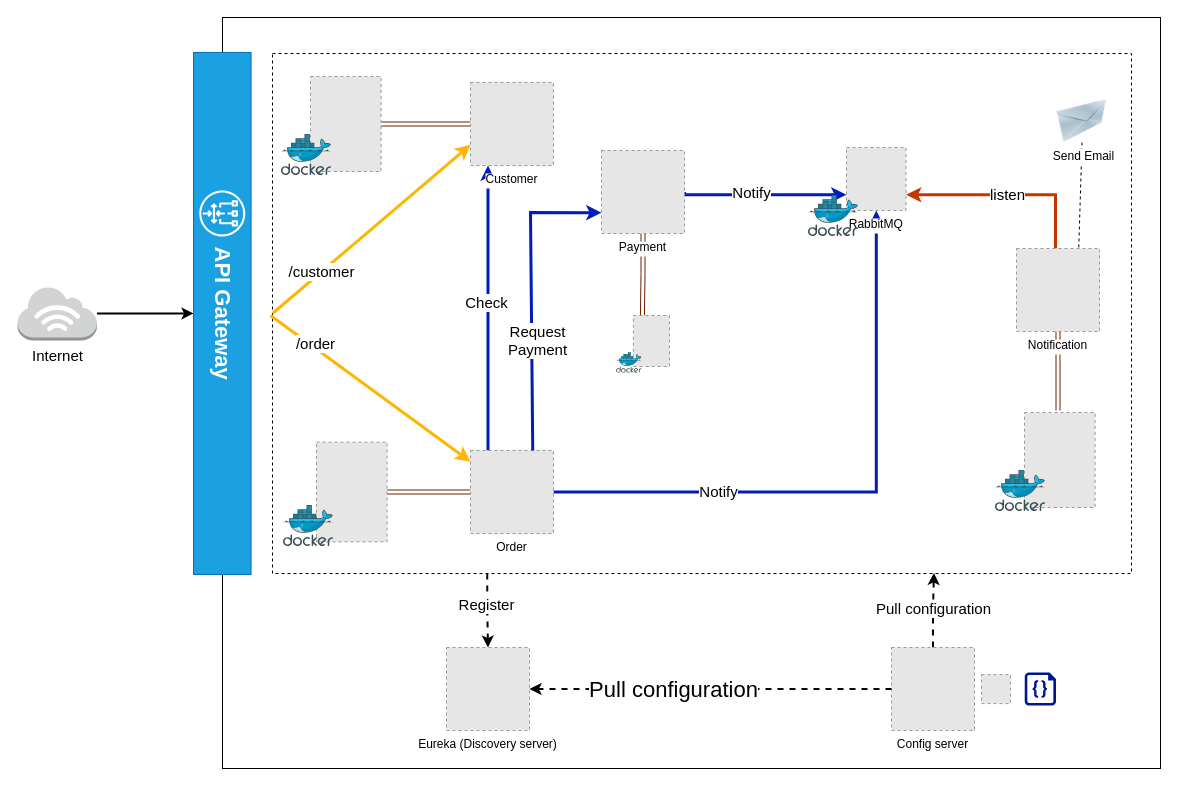
ali-bouali/microservices-full-code keeps this draw.io diagram as page "Page-1" (1 of 3) of diagrams/micro-services.drawio. Above is the earlier version. Source tidied: cells renumbered, new cells numbered last; positions are measured from the earlier drawing's top-left corner, leaving out a move shared by most shapes. Both pictures are drawn from the tidied source at 100%, with x=0, y=0 at pixel (-39, 17). Pictures stored in the file or linked from it are replaced by grey dashed boxes.
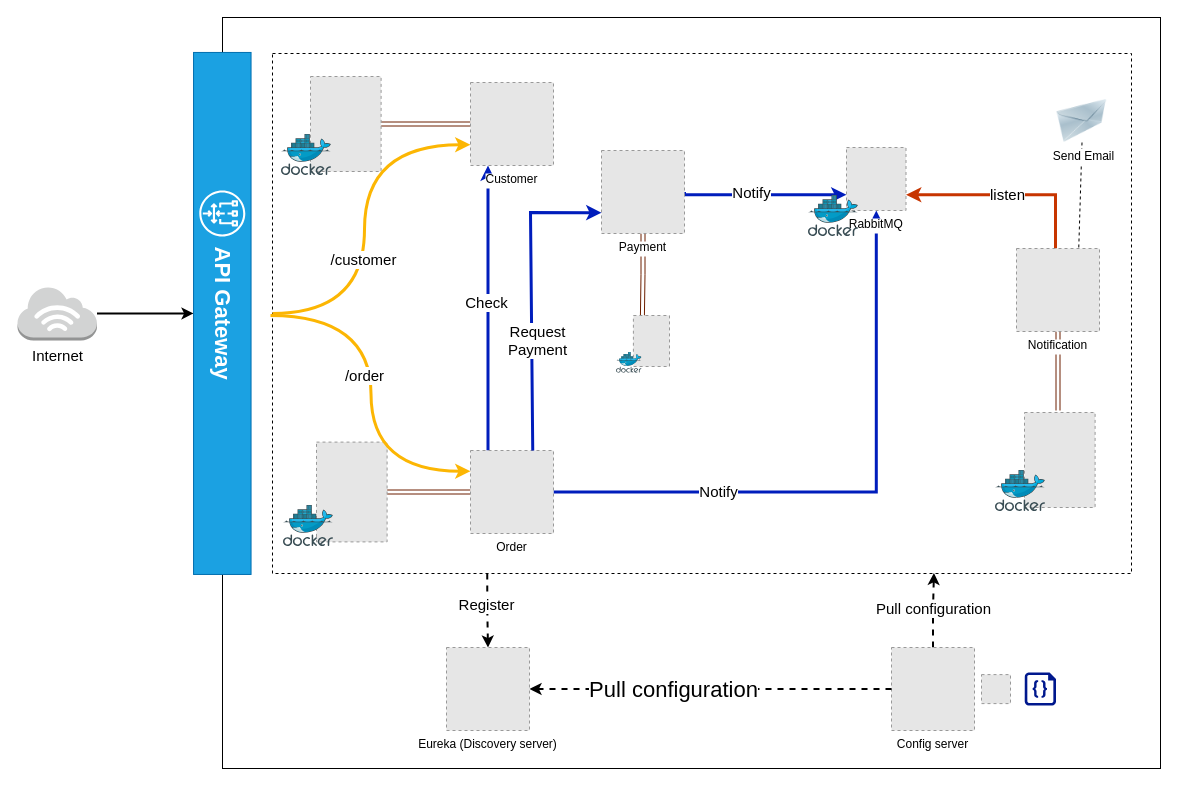
Above is the later version.

The change refers to these unchanged cells:
```xml
<mxCell id="5" style="rounded=0;whiteSpace=wrap;html=1;sketch=0;fillColor=none;dashed=1;" parent="1" vertex="1">
  <mxGeometry x="311" y="36" width="859" height="520" as="geometry" />
</mxCell>
<mxCell id="16" value="Order" style="fillColor=#E6E6E6;strokeColor=#999999;dashed=1;verticalLabelPosition=bottom;labelBackgroundColor=default;verticalAlign=top;" parent="1" vertex="1">
  <mxGeometry x="509" y="433" width="83" height="83" as="geometry" />
</mxCell>
<mxCell id="37" value="Customer" style="fillColor=#E6E6E6;strokeColor=#999999;dashed=1;verticalLabelPosition=bottom;labelBackgroundColor=default;verticalAlign=top;" parent="1" vertex="1">
  <mxGeometry x="509" y="65" width="83" height="83" as="geometry" />
</mxCell>
```

What changed in the source:
```diff
@@
-    <mxCell id="28" style="endArrow=classic;html=1;rounded=0;fontSize=15;endSize=6;entryX=0;entryY=0.75;entryDx=0;entryDy=0;strokeWidth=3;strokeColor=#fcb603;fillColor=#ffcd28;gradientColor=#ffa500;exitX=0;exitY=0.5;exitDx=0;exitDy=0;" parent="1" edge="1" source="5" target="37">
-      <mxGeometry relative="1" as="geometry" />
+    <mxCell id="28" style="endArrow=classic;html=1;rounded=0;fontSize=15;endSize=6;entryX=0;entryY=0.75;entryDx=0;entryDy=0;strokeWidth=3;strokeColor=#fcb603;fillColor=#ffcd28;gradientColor=#ffa500;exitX=0;exitY=0.5;exitDx=0;exitDy=0;edgeStyle=orthogonalEdgeStyle;curved=1;" parent="1" edge="1" source="5" target="37">
+      <mxGeometry relative="1" as="geometry">
+        <Array as="points">
+          <mxPoint x="403" y="296" />
+          <mxPoint x="403" y="127" />
+        </Array>
+      </mxGeometry>
     </mxCell>
     <mxCell id="29" value="/customer" style="edgeLabel;html=1;align=center;verticalAlign=middle;fontSize=15;" parent="28" vertex="1">
-      <mxGeometry x="-0.5" y="1" relative="1" as="geometry" />
+      <mxGeometry x="-0.5" y="1" relative="1" as="geometry">
+        <mxPoint x="-1" y="-55" as="offset" />
+      </mxGeometry>
     </mxCell>
-    <mxCell id="30" style="endArrow=classic;html=1;rounded=0;fontSize=15;endSize=6;exitX=1;exitY=0.5;exitDx=0;exitDy=0;strokeWidth=3;strokeColor=#fcb603;fillColor=#ffcd28;gradientColor=#ffa500;" parent="1" edge="1" target="16">
+    <mxCell id="30" style="endArrow=classic;html=1;rounded=0;fontSize=15;endSize=6;exitX=1;exitY=0.5;exitDx=0;exitDy=0;strokeWidth=3;strokeColor=#fcb603;fillColor=#ffcd28;gradientColor=#ffa500;edgeStyle=orthogonalEdgeStyle;curved=1;entryX=0;entryY=0.25;entryDx=0;entryDy=0;" parent="1" edge="1" target="16">
       <mxGeometry relative="1" as="geometry">
         <mxPoint x="309" y="298" as="sourcePoint" />
       </mxGeometry>
     </mxCell>
     <mxCell id="31" value="/order" style="edgeLabel;html=1;align=center;verticalAlign=middle;fontSize=15;" parent="30" vertex="1">
       <mxGeometry x="0.28" y="-3" relative="1" as="geometry">
-        <mxPoint x="-82" y="-69" as="offset" />
+        <mxPoint x="-4" y="-67" as="offset" />
       </mxGeometry>
     </mxCell>
```
